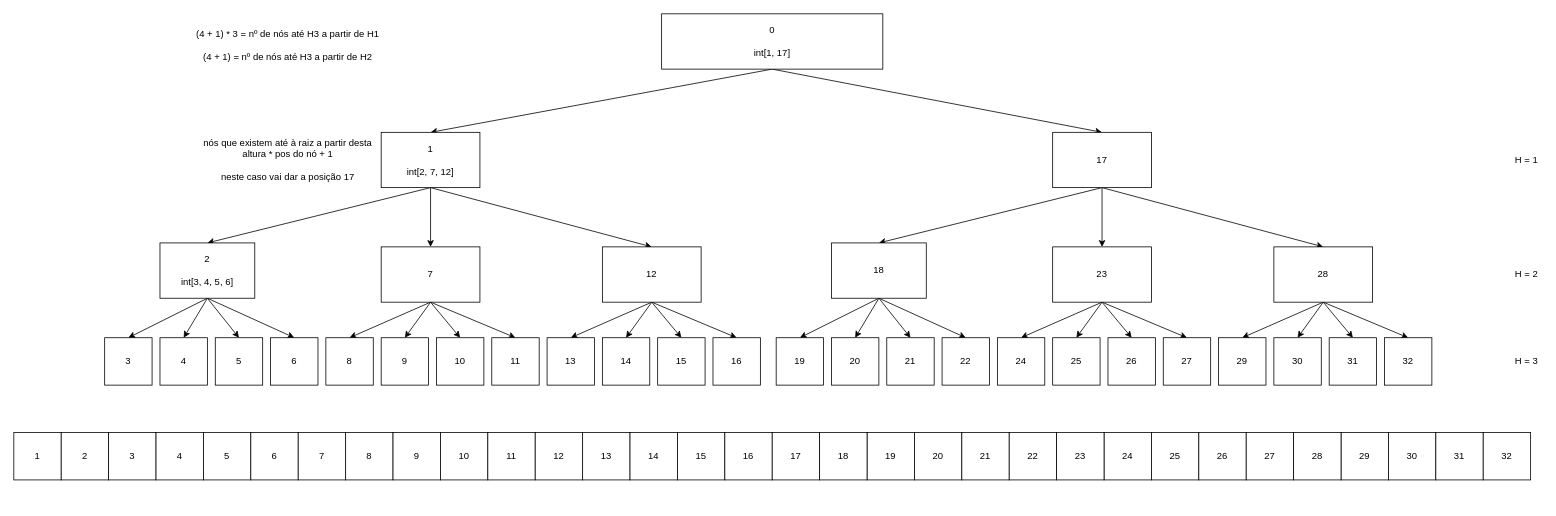
Before: page "Page-2" (2 of 3) of diagramas/Registo.drawio in Tiago-Matinho/LP, a draw.io diagram. Source tidied: cells renumbered, new cells numbered last; positions are measured from the earlier drawing's top-left corner, leaving out a move shared by most shapes. Both pictures are drawn from the tidied source at 79%, with x=0, y=0 at pixel (13, 13).
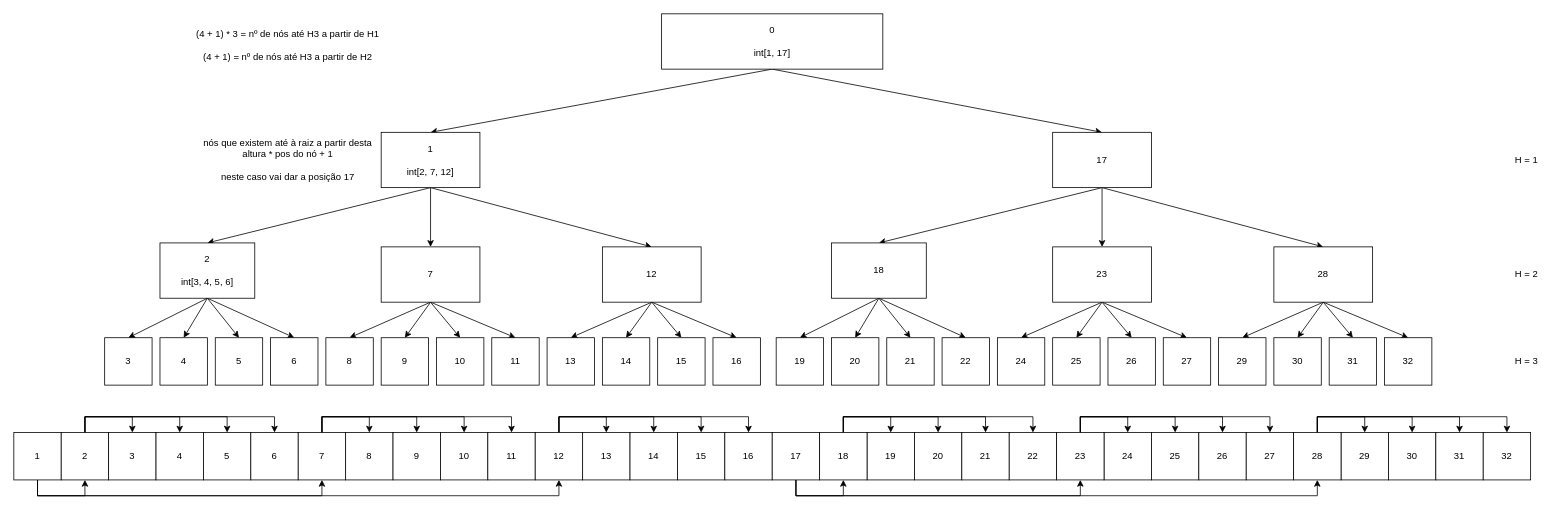
After the change.

Unchanged cells that the change refers to:
```xml
<mxCell id="71" value="1" style="rounded=0;whiteSpace=wrap;html=1;" parent="1" vertex="1">
<mxCell id="72" value="2" style="rounded=0;whiteSpace=wrap;html=1;" parent="1" vertex="1">
<mxCell id="73" value="3" style="rounded=0;whiteSpace=wrap;html=1;" parent="1" vertex="1">
<mxCell id="74" value="4" style="rounded=0;whiteSpace=wrap;html=1;" parent="1" vertex="1">
<mxCell id="75" value="5" style="rounded=0;whiteSpace=wrap;html=1;" parent="1" vertex="1">
<mxCell id="76" value="6" style="rounded=0;whiteSpace=wrap;html=1;" parent="1" vertex="1">
<mxCell id="77" value="8" style="rounded=0;whiteSpace=wrap;html=1;" parent="1" vertex="1">
<mxCell id="78" value="9" style="rounded=0;whiteSpace=wrap;html=1;" parent="1" vertex="1">
<mxCell id="79" value="10" style="rounded=0;whiteSpace=wrap;html=1;" parent="1" vertex="1">
<mxCell id="80" value="11" style="rounded=0;whiteSpace=wrap;html=1;" parent="1" vertex="1">
<mxCell id="81" value="13" style="rounded=0;whiteSpace=wrap;html=1;" parent="1" vertex="1">
<mxCell id="82" value="14" style="rounded=0;whiteSpace=wrap;html=1;" parent="1" vertex="1">
<mxCell id="83" value="15" style="rounded=0;whiteSpace=wrap;html=1;" parent="1" vertex="1">
<mxCell id="84" value="16" style="rounded=0;whiteSpace=wrap;html=1;" parent="1" vertex="1">
<mxCell id="85" value="19" style="rounded=0;whiteSpace=wrap;html=1;" parent="1" vertex="1">
<mxCell id="86" value="20" style="rounded=0;whiteSpace=wrap;html=1;" parent="1" vertex="1">
<mxCell id="87" value="21" style="rounded=0;whiteSpace=wrap;html=1;" parent="1" vertex="1">
<mxCell id="88" value="22" style="rounded=0;whiteSpace=wrap;html=1;" parent="1" vertex="1">
<mxCell id="89" value="24" style="rounded=0;whiteSpace=wrap;html=1;" parent="1" vertex="1">
<mxCell id="90" value="25" style="rounded=0;whiteSpace=wrap;html=1;" parent="1" vertex="1">
<mxCell id="91" value="26" style="rounded=0;whiteSpace=wrap;html=1;" parent="1" vertex="1">
<mxCell id="92" value="27" style="rounded=0;whiteSpace=wrap;html=1;" parent="1" vertex="1">
<mxCell id="93" value="29" style="rounded=0;whiteSpace=wrap;html=1;" parent="1" vertex="1">
<mxCell id="94" value="30" style="rounded=0;whiteSpace=wrap;html=1;" parent="1" vertex="1">
<mxCell id="95" value="31" style="rounded=0;whiteSpace=wrap;html=1;" parent="1" vertex="1">
<mxCell id="96" value="32" style="rounded=0;whiteSpace=wrap;html=1;" parent="1" vertex="1">
<mxCell id="97" value="7" style="rounded=0;whiteSpace=wrap;html=1;" parent="1" vertex="1">
<mxCell id="98" value="12" style="rounded=0;whiteSpace=wrap;html=1;" parent="1" vertex="1">
<mxCell id="99" value="17" style="rounded=0;whiteSpace=wrap;html=1;" parent="1" vertex="1">
<mxCell id="100" value="18" style="rounded=0;whiteSpace=wrap;html=1;" parent="1" vertex="1">
<mxCell id="101" value="23" style="rounded=0;whiteSpace=wrap;html=1;" parent="1" vertex="1">
<mxCell id="102" value="28" style="rounded=0;whiteSpace=wrap;html=1;" parent="1" vertex="1">
```

Change to the diagram source:
```diff
@@
+    <mxCell id="104" style="edgeStyle=orthogonalEdgeStyle;rounded=0;jettySize=auto;html=1;exitX=0.5;exitY=1;exitDx=0;exitDy=0;entryX=0.5;entryY=1;entryDx=0;entryDy=0;" parent="1" edge="1" source="71" target="72">
+      <mxGeometry relative="1" as="geometry" />
+    </mxCell>
+    <mxCell id="105" style="edgeStyle=orthogonalEdgeStyle;rounded=0;jettySize=auto;html=1;exitX=0.5;exitY=1;exitDx=0;exitDy=0;entryX=0.5;entryY=1;entryDx=0;entryDy=0;" parent="1" edge="1" source="71" target="97">
+      <mxGeometry relative="1" as="geometry" />
+    </mxCell>
+    <mxCell id="106" style="edgeStyle=orthogonalEdgeStyle;rounded=0;jettySize=auto;html=1;exitX=0.5;exitY=1;exitDx=0;exitDy=0;entryX=0.5;entryY=1;entryDx=0;entryDy=0;" parent="1" edge="1" source="71" target="98">
+      <mxGeometry relative="1" as="geometry" />
+    </mxCell>
@@
+    <mxCell id="107" style="edgeStyle=orthogonalEdgeStyle;rounded=0;jettySize=auto;html=1;exitX=0.5;exitY=0;exitDx=0;exitDy=0;entryX=0.5;entryY=0;entryDx=0;entryDy=0;" parent="1" edge="1" source="72" target="73">
+      <mxGeometry relative="1" as="geometry" />
+    </mxCell>
+    <mxCell id="108" style="edgeStyle=orthogonalEdgeStyle;rounded=0;jettySize=auto;html=1;exitX=0.5;exitY=0;exitDx=0;exitDy=0;entryX=0.5;entryY=0;entryDx=0;entryDy=0;" parent="1" edge="1" source="72" target="74">
+      <mxGeometry relative="1" as="geometry" />
+    </mxCell>
+    <mxCell id="109" style="edgeStyle=orthogonalEdgeStyle;rounded=0;jettySize=auto;html=1;exitX=0.5;exitY=0;exitDx=0;exitDy=0;entryX=0.5;entryY=0;entryDx=0;entryDy=0;" parent="1" edge="1" source="72" target="75">
+      <mxGeometry relative="1" as="geometry" />
+    </mxCell>
+    <mxCell id="110" style="edgeStyle=orthogonalEdgeStyle;rounded=0;jettySize=auto;html=1;exitX=0.5;exitY=0;exitDx=0;exitDy=0;entryX=0.5;entryY=0;entryDx=0;entryDy=0;" parent="1" edge="1" source="72" target="76">
+      <mxGeometry relative="1" as="geometry" />
+    </mxCell>
@@
+    <mxCell id="111" style="edgeStyle=orthogonalEdgeStyle;rounded=0;jettySize=auto;html=1;exitX=0.5;exitY=0;exitDx=0;exitDy=0;entryX=0.5;entryY=0;entryDx=0;entryDy=0;" parent="1" edge="1" source="97" target="77">
+      <mxGeometry relative="1" as="geometry" />
+    </mxCell>
+    <mxCell id="112" style="edgeStyle=orthogonalEdgeStyle;rounded=0;jettySize=auto;html=1;exitX=0.5;exitY=0;exitDx=0;exitDy=0;entryX=0.5;entryY=0;entryDx=0;entryDy=0;" parent="1" edge="1" source="97" target="78">
+      <mxGeometry relative="1" as="geometry" />
+    </mxCell>
+    <mxCell id="113" style="edgeStyle=orthogonalEdgeStyle;rounded=0;jettySize=auto;html=1;exitX=0.5;exitY=0;exitDx=0;exitDy=0;entryX=0.5;entryY=0;entryDx=0;entryDy=0;" parent="1" edge="1" source="97" target="79">
+      <mxGeometry relative="1" as="geometry" />
+    </mxCell>
+    <mxCell id="114" style="edgeStyle=orthogonalEdgeStyle;rounded=0;jettySize=auto;html=1;exitX=0.5;exitY=0;exitDx=0;exitDy=0;entryX=0.5;entryY=0;entryDx=0;entryDy=0;" parent="1" edge="1" source="97" target="80">
+      <mxGeometry relative="1" as="geometry" />
+    </mxCell>
@@
+    <mxCell id="115" style="edgeStyle=orthogonalEdgeStyle;rounded=0;jettySize=auto;html=1;exitX=0.5;exitY=0;exitDx=0;exitDy=0;entryX=0.5;entryY=0;entryDx=0;entryDy=0;" parent="1" edge="1" source="98" target="81">
+      <mxGeometry relative="1" as="geometry" />
+    </mxCell>
+    <mxCell id="116" style="edgeStyle=orthogonalEdgeStyle;rounded=0;jettySize=auto;html=1;exitX=0.5;exitY=0;exitDx=0;exitDy=0;entryX=0.5;entryY=0;entryDx=0;entryDy=0;" parent="1" edge="1" source="98" target="82">
+      <mxGeometry relative="1" as="geometry" />
+    </mxCell>
+    <mxCell id="117" style="edgeStyle=orthogonalEdgeStyle;rounded=0;jettySize=auto;html=1;exitX=0.5;exitY=0;exitDx=0;exitDy=0;entryX=0.5;entryY=0;entryDx=0;entryDy=0;" parent="1" edge="1" source="98" target="83">
+      <mxGeometry relative="1" as="geometry" />
+    </mxCell>
+    <mxCell id="118" style="edgeStyle=orthogonalEdgeStyle;rounded=0;jettySize=auto;html=1;exitX=0.5;exitY=0;exitDx=0;exitDy=0;entryX=0.5;entryY=0;entryDx=0;entryDy=0;" parent="1" edge="1" source="98" target="84">
+      <mxGeometry relative="1" as="geometry" />
+    </mxCell>
@@
+    <mxCell id="119" style="edgeStyle=orthogonalEdgeStyle;rounded=0;jettySize=auto;html=1;exitX=0.5;exitY=1;exitDx=0;exitDy=0;" parent="1" edge="1" source="99" target="100">
+      <mxGeometry relative="1" as="geometry" />
+    </mxCell>
+    <mxCell id="120" style="edgeStyle=orthogonalEdgeStyle;rounded=0;jettySize=auto;html=1;exitX=0.5;exitY=1;exitDx=0;exitDy=0;entryX=0.5;entryY=1;entryDx=0;entryDy=0;" parent="1" edge="1" source="99" target="101">
+      <mxGeometry relative="1" as="geometry" />
+    </mxCell>
+    <mxCell id="121" style="edgeStyle=orthogonalEdgeStyle;rounded=0;jettySize=auto;html=1;exitX=0.5;exitY=1;exitDx=0;exitDy=0;entryX=0.5;entryY=1;entryDx=0;entryDy=0;" parent="1" edge="1" source="99" target="102">
+      <mxGeometry relative="1" as="geometry" />
+    </mxCell>
@@
+    <mxCell id="122" style="edgeStyle=orthogonalEdgeStyle;rounded=0;jettySize=auto;html=1;exitX=0.5;exitY=0;exitDx=0;exitDy=0;entryX=0.5;entryY=0;entryDx=0;entryDy=0;" parent="1" edge="1" source="100" target="85">
+      <mxGeometry relative="1" as="geometry" />
+    </mxCell>
+    <mxCell id="123" style="edgeStyle=orthogonalEdgeStyle;rounded=0;jettySize=auto;html=1;exitX=0.5;exitY=0;exitDx=0;exitDy=0;entryX=0.5;entryY=0;entryDx=0;entryDy=0;" parent="1" edge="1" source="100" target="86">
+      <mxGeometry relative="1" as="geometry" />
+    </mxCell>
+    <mxCell id="124" style="edgeStyle=orthogonalEdgeStyle;rounded=0;jettySize=auto;html=1;exitX=0.5;exitY=0;exitDx=0;exitDy=0;entryX=0.5;entryY=0;entryDx=0;entryDy=0;" parent="1" edge="1" source="100" target="87">
+      <mxGeometry relative="1" as="geometry" />
+    </mxCell>
+    <mxCell id="125" style="edgeStyle=orthogonalEdgeStyle;rounded=0;jettySize=auto;html=1;exitX=0.5;exitY=0;exitDx=0;exitDy=0;entryX=0.5;entryY=0;entryDx=0;entryDy=0;" parent="1" edge="1" source="100" target="88">
+      <mxGeometry relative="1" as="geometry" />
+    </mxCell>
@@
+    <mxCell id="126" style="edgeStyle=orthogonalEdgeStyle;rounded=0;jettySize=auto;html=1;exitX=0.5;exitY=0;exitDx=0;exitDy=0;entryX=0.5;entryY=0;entryDx=0;entryDy=0;" parent="1" edge="1" source="101" target="89">
+      <mxGeometry relative="1" as="geometry" />
+    </mxCell>
+    <mxCell id="127" style="edgeStyle=orthogonalEdgeStyle;rounded=0;jettySize=auto;html=1;exitX=0.5;exitY=0;exitDx=0;exitDy=0;entryX=0.5;entryY=0;entryDx=0;entryDy=0;" parent="1" edge="1" source="101" target="90">
+      <mxGeometry relative="1" as="geometry" />
+    </mxCell>
+    <mxCell id="128" style="edgeStyle=orthogonalEdgeStyle;rounded=0;jettySize=auto;html=1;exitX=0.5;exitY=0;exitDx=0;exitDy=0;entryX=0.5;entryY=0;entryDx=0;entryDy=0;" parent="1" edge="1" source="101" target="91">
+      <mxGeometry relative="1" as="geometry" />
+    </mxCell>
+    <mxCell id="129" style="edgeStyle=orthogonalEdgeStyle;rounded=0;jettySize=auto;html=1;exitX=0.5;exitY=0;exitDx=0;exitDy=0;entryX=0.5;entryY=0;entryDx=0;entryDy=0;" parent="1" edge="1" source="101" target="92">
+      <mxGeometry relative="1" as="geometry" />
+    </mxCell>
@@
+    <mxCell id="130" style="edgeStyle=orthogonalEdgeStyle;rounded=0;jettySize=auto;html=1;exitX=0.5;exitY=0;exitDx=0;exitDy=0;entryX=0.5;entryY=0;entryDx=0;entryDy=0;" parent="1" edge="1" source="102" target="93">
+      <mxGeometry relative="1" as="geometry" />
+    </mxCell>
+    <mxCell id="131" style="edgeStyle=orthogonalEdgeStyle;rounded=0;jettySize=auto;html=1;exitX=0.5;exitY=0;exitDx=0;exitDy=0;entryX=0.5;entryY=0;entryDx=0;entryDy=0;" parent="1" edge="1" source="102" target="94">
+      <mxGeometry relative="1" as="geometry" />
+    </mxCell>
+    <mxCell id="132" style="edgeStyle=orthogonalEdgeStyle;rounded=0;jettySize=auto;html=1;exitX=0.5;exitY=0;exitDx=0;exitDy=0;entryX=0.5;entryY=0;entryDx=0;entryDy=0;" parent="1" edge="1" source="102" target="95">
+      <mxGeometry relative="1" as="geometry" />
+    </mxCell>
+    <mxCell id="133" style="edgeStyle=orthogonalEdgeStyle;rounded=0;jettySize=auto;html=1;exitX=0.5;exitY=0;exitDx=0;exitDy=0;entryX=0.5;entryY=0;entryDx=0;entryDy=0;" parent="1" edge="1" source="102" target="96">
+      <mxGeometry relative="1" as="geometry" />
+    </mxCell>
```
